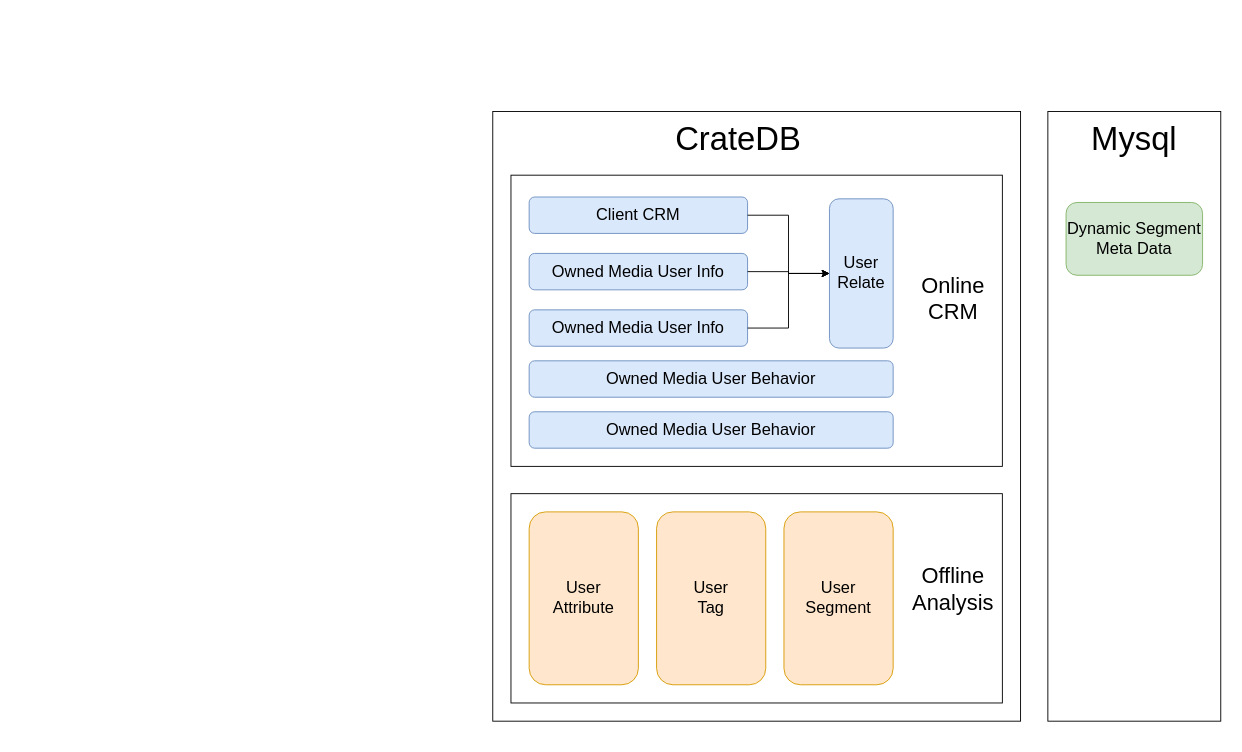
superjoeye/adhoc keeps this draw.io diagram as Untitled Diagram.drawio. Above is the earlier version. Source tidied: cells renumbered, new cells numbered last; positions are measured from the earlier drawing's top-left corner, leaving out a move shared by most shapes. Both pictures are drawn from the tidied source at 91%, with x=0, y=0 at pixel (492, 111).
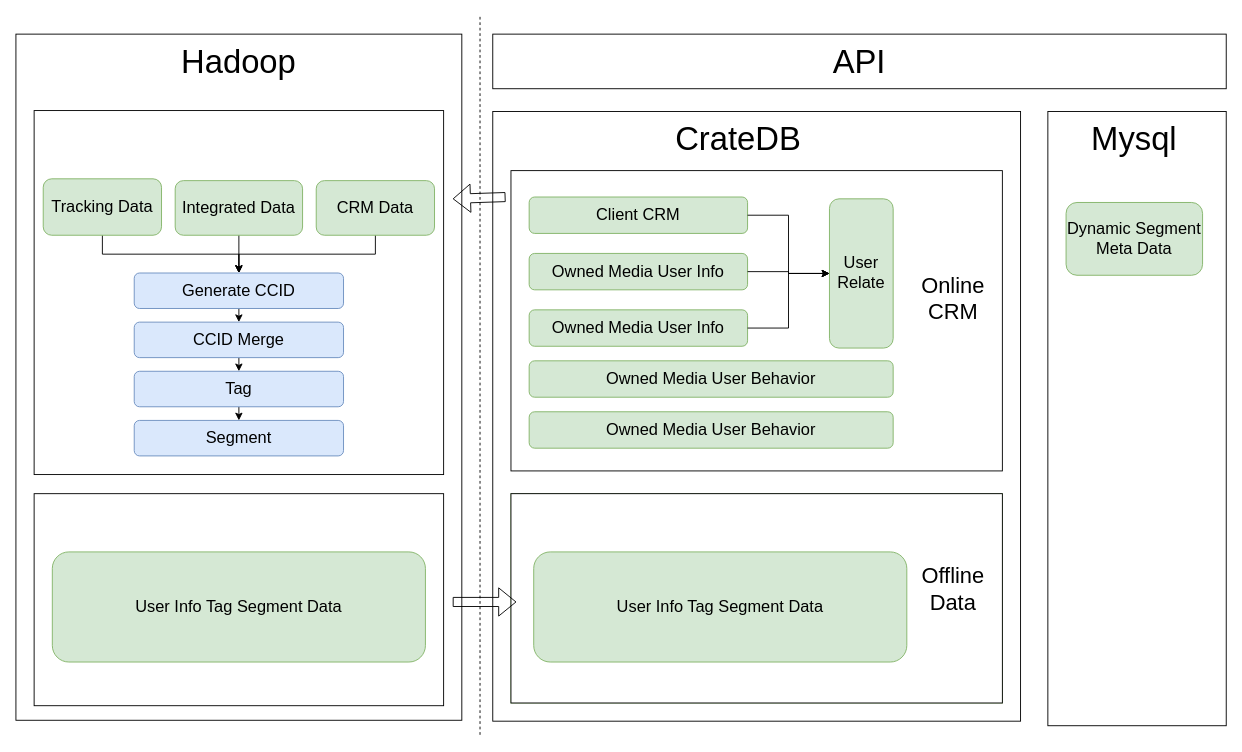
Above is the later version.

Unchanged cells that the change refers to:
```xml
<mxCell id="2" style="group;" parent="1" vertex="1">
  <mxGeometry width="580" height="670" as="geometry" />
</mxCell>
```

Diff of the diagram source:
```diff
@@
+    <mxCell id="25" style="rounded=0;whiteSpace=wrap;html=1;" parent="1" vertex="1">
+      <mxGeometry x="-524" y="-85" width="490" height="754" as="geometry" />
+    </mxCell>
+    <mxCell id="26" value="&lt;font style=&quot;font-size: 36px&quot;&gt;Hadoop&lt;/font&gt;" style="text;html=1;strokeColor=none;fillColor=none;align=center;verticalAlign=middle;whiteSpace=wrap;rounded=0;" parent="1" vertex="1">
+      <mxGeometry x="-299" y="-65" width="40" height="20" as="geometry" />
+    </mxCell>
+    <mxCell id="27" style="rounded=0;whiteSpace=wrap;html=1;" parent="1" vertex="1">
+      <mxGeometry x="-504" y="-1" width="450" height="400" as="geometry" />
+    </mxCell>
+    <mxCell id="28" style="edgeStyle=orthogonalEdgeStyle;rounded=0;jettySize=auto;html=1;exitX=0.5;exitY=1;exitDx=0;exitDy=0;entryX=0.5;entryY=0;entryDx=0;entryDy=0;" parent="1" edge="1" source="29" target="35">
+      <mxGeometry relative="1" as="geometry" />
+    </mxCell>
+    <mxCell id="29" value="&lt;font style=&quot;font-size: 18px&quot;&gt;CRM Data&lt;/font&gt;" style="rounded=1;whiteSpace=wrap;html=1;fillColor=#d5e8d4;strokeColor=#82b366;" parent="1" vertex="1">
+      <mxGeometry x="-194" y="76" width="130" height="60" as="geometry" />
+    </mxCell>
+    <mxCell id="30" style="edgeStyle=orthogonalEdgeStyle;rounded=0;jettySize=auto;html=1;exitX=0.5;exitY=1;exitDx=0;exitDy=0;entryX=0.5;entryY=0;entryDx=0;entryDy=0;" parent="1" edge="1" source="31" target="35">
+      <mxGeometry relative="1" as="geometry" />
+    </mxCell>
+    <mxCell id="31" value="&lt;font style=&quot;font-size: 18px&quot;&gt;Tracking Data&lt;/font&gt;" style="rounded=1;whiteSpace=wrap;html=1;fillColor=#d5e8d4;strokeColor=#82b366;" parent="1" vertex="1">
+      <mxGeometry x="-494" y="74" width="130" height="62" as="geometry" />
+    </mxCell>
+    <mxCell id="32" style="edgeStyle=orthogonalEdgeStyle;rounded=0;jettySize=auto;html=1;exitX=0.5;exitY=1;exitDx=0;exitDy=0;entryX=0.5;entryY=0;entryDx=0;entryDy=0;" parent="1" edge="1" source="33" target="35">
+      <mxGeometry relative="1" as="geometry" />
+    </mxCell>
+    <mxCell id="33" value="&lt;font style=&quot;font-size: 18px&quot;&gt;Integrated Data&lt;/font&gt;" style="rounded=1;whiteSpace=wrap;html=1;fillColor=#d5e8d4;strokeColor=#82b366;" parent="1" vertex="1">
+      <mxGeometry x="-349" y="76" width="140" height="60" as="geometry" />
+    </mxCell>
+    <mxCell id="34" style="edgeStyle=orthogonalEdgeStyle;rounded=0;jettySize=auto;html=1;exitX=0.5;exitY=1;exitDx=0;exitDy=0;entryX=0.5;entryY=0;entryDx=0;entryDy=0;" parent="1" edge="1" source="35" target="37">
+      <mxGeometry relative="1" as="geometry" />
+    </mxCell>
+    <mxCell id="35" value="&lt;font style=&quot;font-size: 18px&quot;&gt;Generate CCID&lt;/font&gt;" style="rounded=1;whiteSpace=wrap;html=1;fillColor=#dae8fc;strokeColor=#6c8ebf;" parent="1" vertex="1">
+      <mxGeometry x="-394" y="177.5" width="230" height="39" as="geometry" />
+    </mxCell>
+    <mxCell id="36" style="edgeStyle=orthogonalEdgeStyle;rounded=0;jettySize=auto;html=1;exitX=0.5;exitY=1;exitDx=0;exitDy=0;entryX=0.5;entryY=0;entryDx=0;entryDy=0;" parent="1" edge="1" source="37" target="39">
+      <mxGeometry relative="1" as="geometry" />
+    </mxCell>
+    <mxCell id="37" value="&lt;font style=&quot;font-size: 18px&quot;&gt;CCID Merge&lt;br&gt;&lt;/font&gt;" style="rounded=1;whiteSpace=wrap;html=1;fillColor=#dae8fc;strokeColor=#6c8ebf;" parent="1" vertex="1">
+      <mxGeometry x="-394" y="231.5" width="230" height="39" as="geometry" />
+    </mxCell>
+    <mxCell id="38" style="edgeStyle=orthogonalEdgeStyle;rounded=0;jettySize=auto;html=1;exitX=0.5;exitY=1;exitDx=0;exitDy=0;entryX=0.5;entryY=0;entryDx=0;entryDy=0;" parent="1" edge="1" source="39" target="40">
+      <mxGeometry relative="1" as="geometry" />
+    </mxCell>
+    <mxCell id="39" value="&lt;font style=&quot;font-size: 18px&quot;&gt;Tag&lt;br&gt;&lt;/font&gt;" style="rounded=1;whiteSpace=wrap;html=1;fillColor=#dae8fc;strokeColor=#6c8ebf;" parent="1" vertex="1">
+      <mxGeometry x="-394" y="285.5" width="230" height="39" as="geometry" />
+    </mxCell>
+    <mxCell id="40" value="&lt;font style=&quot;font-size: 18px&quot;&gt;Segment&lt;br&gt;&lt;/font&gt;" style="rounded=1;whiteSpace=wrap;html=1;fillColor=#dae8fc;strokeColor=#6c8ebf;" parent="1" vertex="1">
+      <mxGeometry x="-394" y="339.5" width="230" height="39" as="geometry" />
+    </mxCell>
+    <mxCell id="41" style="rounded=0;whiteSpace=wrap;html=1;" parent="1" vertex="1">
+      <mxGeometry x="-504" y="420" width="450" height="233" as="geometry" />
+    </mxCell>
+    <mxCell id="42" value="&lt;font style=&quot;font-size: 18px&quot;&gt;User Info Tag Segment Data&lt;/font&gt;" style="rounded=1;whiteSpace=wrap;html=1;fillColor=#d5e8d4;strokeColor=#82b366;" parent="1" vertex="1">
+      <mxGeometry x="-484" y="484" width="410" height="121" as="geometry" />
+    </mxCell>
@@
+    <mxCell id="43" style="shape=flexArrow;endArrow=classic;html=1;exitX=-0.011;exitY=0.088;exitDx=0;exitDy=0;exitPerimeter=0;" parent="2" edge="1" source="5">
+      <mxGeometry relative="1" as="geometry">
+        <mxPoint x="-44" y="96" as="targetPoint" />
+      </mxGeometry>
+    </mxCell>
     <mxCell id="5" style="rounded=0;whiteSpace=wrap;html=1;" parent="1" vertex="1">
-      <mxGeometry x="20" y="70" width="540" height="320" as="geometry" />
+      <mxGeometry x="20" y="65" width="540" height="330" as="geometry" />
     </mxCell>
-    <mxCell id="6" value="&lt;font style=&quot;font-size: 18px&quot;&gt;Client CRM&lt;/font&gt;" style="rounded=1;whiteSpace=wrap;html=1;fillColor=#dae8fc;strokeColor=#6c8ebf;" parent="1" vertex="1">
+    <mxCell id="6" value="&lt;font style=&quot;font-size: 18px&quot;&gt;Client CRM&lt;/font&gt;" style="rounded=1;whiteSpace=wrap;html=1;fillColor=#d5e8d4;strokeColor=#82b366;" parent="1" vertex="1">
       <mxGeometry x="40" y="94" width="240" height="40" as="geometry" />
     </mxCell>
-    <mxCell id="7" value="&lt;font style=&quot;font-size: 18px&quot;&gt;Owned Media User Info&lt;/font&gt;" style="rounded=1;whiteSpace=wrap;html=1;fillColor=#dae8fc;strokeColor=#6c8ebf;" parent="1" vertex="1">
+    <mxCell id="7" value="&lt;font style=&quot;font-size: 18px&quot;&gt;Owned Media User Info&lt;/font&gt;" style="rounded=1;whiteSpace=wrap;html=1;fillColor=#d5e8d4;strokeColor=#82b366;" parent="1" vertex="1">
       <mxGeometry x="40" y="156" width="240" height="40" as="geometry" />
     </mxCell>
-    <mxCell id="8" value="&lt;span&gt;&lt;font style=&quot;font-size: 18px&quot;&gt;Owned Media User Info&lt;/font&gt;&lt;/span&gt;" style="rounded=1;whiteSpace=wrap;html=1;fillColor=#dae8fc;strokeColor=#6c8ebf;" parent="1" vertex="1">
+    <mxCell id="8" value="&lt;span&gt;&lt;font style=&quot;font-size: 18px&quot;&gt;Owned Media User Info&lt;/font&gt;&lt;/span&gt;" style="rounded=1;whiteSpace=wrap;html=1;fillColor=#d5e8d4;strokeColor=#82b366;" parent="1" vertex="1">
       <mxGeometry x="40" y="218" width="240" height="40" as="geometry" />
     </mxCell>
-    <mxCell id="9" value="&lt;font style=&quot;font-size: 18px&quot;&gt;User&lt;br&gt;Relate&lt;/font&gt;" style="rounded=1;whiteSpace=wrap;html=1;fillColor=#dae8fc;strokeColor=#6c8ebf;" parent="1" vertex="1">
+    <mxCell id="9" value="&lt;font style=&quot;font-size: 18px&quot;&gt;User&lt;br&gt;Relate&lt;/font&gt;" style="rounded=1;whiteSpace=wrap;html=1;fillColor=#d5e8d4;strokeColor=#82b366;" parent="1" vertex="1">
       <mxGeometry x="370" y="96" width="70" height="164" as="geometry" />
     </mxCell>
@@
-    <mxCell id="13" value="&lt;font style=&quot;font-size: 18px&quot;&gt;Owned Media User Behavior&lt;/font&gt;" style="rounded=1;whiteSpace=wrap;html=1;fillColor=#dae8fc;strokeColor=#6c8ebf;" parent="1" vertex="1">
+    <mxCell id="13" value="&lt;font style=&quot;font-size: 18px&quot;&gt;Owned Media User Behavior&lt;/font&gt;" style="rounded=1;whiteSpace=wrap;html=1;fillColor=#d5e8d4;strokeColor=#82b366;" parent="1" vertex="1">
       <mxGeometry x="40" y="274" width="400" height="40" as="geometry" />
     </mxCell>
-    <mxCell id="14" value="&lt;font style=&quot;font-size: 18px&quot;&gt;Owned Media User Behavior&lt;/font&gt;" style="rounded=1;whiteSpace=wrap;html=1;fillColor=#dae8fc;strokeColor=#6c8ebf;" parent="1" vertex="1">
+    <mxCell id="14" value="&lt;font style=&quot;font-size: 18px&quot;&gt;Owned Media User Behavior&lt;/font&gt;" style="rounded=1;whiteSpace=wrap;html=1;fillColor=#d5e8d4;strokeColor=#82b366;" parent="1" vertex="1">
       <mxGeometry x="40" y="330" width="400" height="40" as="geometry" />
     </mxCell>
@@
     <mxCell id="16" style="rounded=0;whiteSpace=wrap;html=1;" parent="1" vertex="1">
-      <mxGeometry x="610" width="190" height="670" as="geometry" />
+      <mxGeometry x="610" width="196" height="675" as="geometry" />
     </mxCell>
@@
-    <mxCell id="19" style="group;" parent="1" vertex="1">
+    <mxCell id="19" style="group;fillColor=#d5e8d4;strokeColor=#82b366;" parent="1" vertex="1">
       <mxGeometry x="20" y="420" width="540" height="230" as="geometry" />
     </mxCell>
@@
-    <mxCell id="21" value="&lt;font style=&quot;font-size: 18px&quot;&gt;User&lt;br&gt;Attribute&lt;/font&gt;" style="rounded=1;whiteSpace=wrap;html=1;fillColor=#ffe6cc;strokeColor=#d79b00;" parent="19" vertex="1">
-      <mxGeometry x="20" y="20" width="120" height="190" as="geometry" />
-    </mxCell>
-    <mxCell id="22" value="&lt;font style=&quot;font-size: 18px&quot;&gt;User&lt;br&gt;Tag&lt;/font&gt;" style="rounded=1;whiteSpace=wrap;html=1;fillColor=#ffe6cc;strokeColor=#d79b00;" parent="19" vertex="1">
-      <mxGeometry x="160" y="20" width="120" height="190" as="geometry" />
-    </mxCell>
-    <mxCell id="23" value="&lt;font style=&quot;font-size: 18px&quot;&gt;User&lt;br&gt;Segment&lt;/font&gt;" style="rounded=1;whiteSpace=wrap;html=1;fillColor=#ffe6cc;strokeColor=#d79b00;" parent="19" vertex="1">
-      <mxGeometry x="300" y="20" width="120" height="190" as="geometry" />
-    </mxCell>
-    <mxCell id="24" value="&lt;font&gt;&lt;font style=&quot;font-size: 24px&quot;&gt;Offline&lt;br&gt;Analysis&lt;/font&gt;&lt;br&gt;&lt;/font&gt;" style="text;html=1;strokeColor=none;fillColor=none;align=center;verticalAlign=middle;whiteSpace=wrap;rounded=0;" parent="19" vertex="1">
+    <mxCell id="24" value="&lt;font&gt;&lt;font style=&quot;font-size: 24px&quot;&gt;Offline&lt;br&gt;&lt;/font&gt;&lt;font style=&quot;font-size: 24px&quot;&gt;Data&lt;/font&gt;&lt;br&gt;&lt;/font&gt;" style="text;html=1;strokeColor=none;fillColor=none;align=center;verticalAlign=middle;whiteSpace=wrap;rounded=0;" parent="19" vertex="1">
       <mxGeometry x="466" y="95" width="40" height="20" as="geometry" />
     </mxCell>
+    <mxCell id="44" value="&lt;span&gt;&lt;font style=&quot;font-size: 18px&quot;&gt;User Info Tag Segment Data&lt;/font&gt;&lt;/span&gt;&lt;br&gt;" style="rounded=1;whiteSpace=wrap;html=1;fillColor=#d5e8d4;strokeColor=#82b366;" parent="19" vertex="1">
+      <mxGeometry x="25" y="64" width="410" height="121" as="geometry" />
+    </mxCell>
+    <mxCell id="45" style="shape=flexArrow;endArrow=classic;html=1;" parent="1" edge="1">
+      <mxGeometry relative="1" as="geometry">
+        <mxPoint x="-44" y="539" as="sourcePoint" />
+        <mxPoint x="26" y="539" as="targetPoint" />
+      </mxGeometry>
+    </mxCell>
+    <mxCell id="46" value="&lt;font style=&quot;font-size: 36px&quot;&gt;API&lt;/font&gt;" style="rounded=0;whiteSpace=wrap;html=1;" parent="1" vertex="1">
+      <mxGeometry y="-85" width="806" height="60" as="geometry" />
+    </mxCell>
+    <mxCell id="47" style="endArrow=none;dashed=1;html=1;" parent="1" edge="1">
+      <mxGeometry relative="1" as="geometry">
+        <mxPoint x="-14" y="685" as="sourcePoint" />
+        <mxPoint x="-14" y="-105" as="targetPoint" />
+      </mxGeometry>
+    </mxCell>
```
